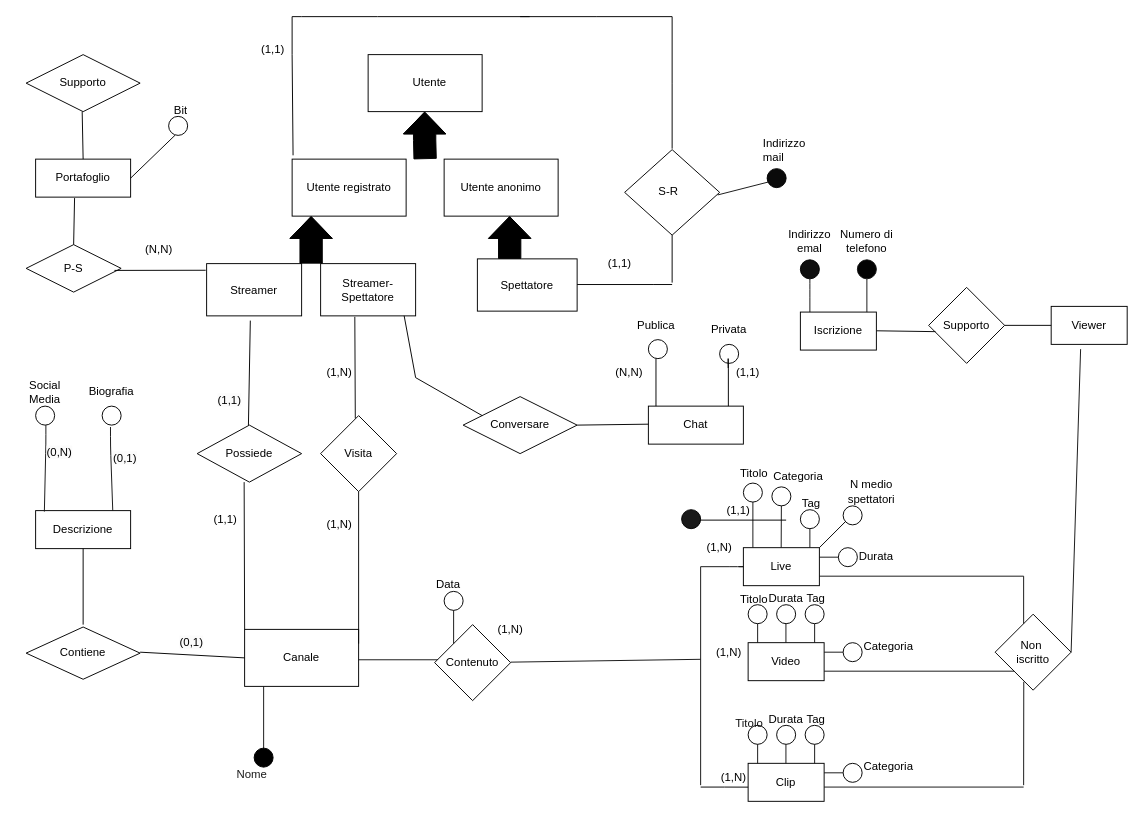
Earlier version of the draw.io diagram e-r_revised_hypothesis.drawio (Popper002/Streaming-Service-Db-project-unito). Source tidied: cells renumbered, new cells numbered last; positions are measured from the earlier drawing's top-left corner, leaving out a move shared by most shapes. Both pictures are drawn from the tidied source at 95%, with x=0, y=0 at pixel (16, 16).
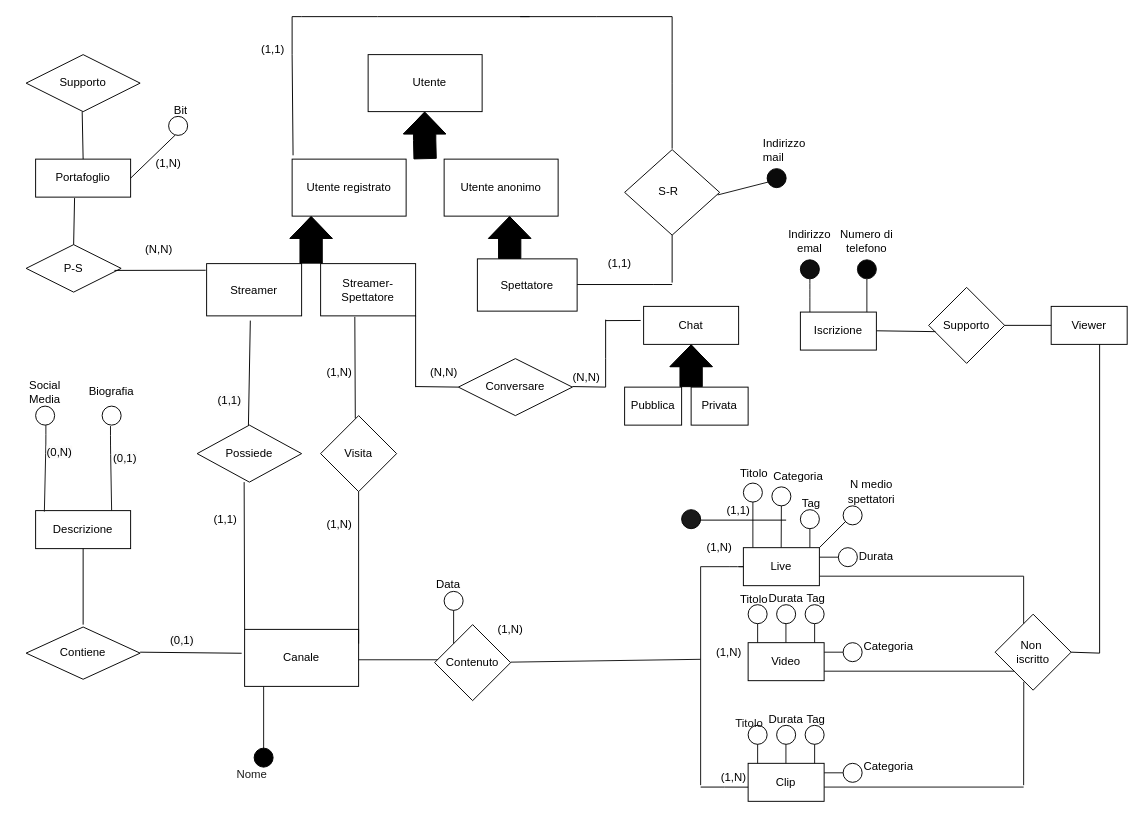
The same page after the edit.

The change refers to these unchanged cells:
```xml
<mxCell id="6" value="Streamer-Spettatore" style="rounded=0;whiteSpace=wrap;html=1;" parent="1" vertex="1">
  <mxGeometry x="320" y="260" width="100" height="55" as="geometry" />
</mxCell>
<mxCell id="8" value="Canale&lt;br&gt;" style="rounded=0;whiteSpace=wrap;html=1;" parent="1" vertex="1">
  <mxGeometry x="240" y="645" width="120" height="60" as="geometry" />
</mxCell>
<mxCell id="64" style="rhombus;whiteSpace=wrap;html=1;" parent="1" vertex="1">
  <mxGeometry x="1030" y="629" width="80" height="80" as="geometry" />
</mxCell>
```

Diff of the diagram source:
```diff
@@
-    <mxCell id="71" style="endArrow=none;html=1;fontColor=default;labelBackgroundColor=default;strokeColor=#121212;strokeWidth=1;entryX=1;entryY=0.5;entryDx=0;entryDy=0;" parent="1" edge="1" target="64">
-      <mxGeometry relative="1" as="geometry">
-        <mxPoint x="1120" y="350" as="sourcePoint" />
-      </mxGeometry>
-    </mxCell>
@@
-    <mxCell id="113" style="endArrow=none;html=1;rounded=0;entryX=0;entryY=0.5;entryDx=0;entryDy=0;" parent="1" edge="1" target="8">
+    <mxCell id="113" style="endArrow=none;html=1;rounded=0;entryX=-0.026;entryY=0.419;entryDx=0;entryDy=0;entryPerimeter=0;" parent="1" edge="1" target="8">
       <mxGeometry relative="1" as="geometry">
         <mxPoint x="130" y="669" as="sourcePoint" />
       </mxGeometry>
     </mxCell>
@@
-    <mxCell id="117" style="endArrow=none;html=1;fontColor=default;labelBackgroundColor=default;strokeColor=#121212;strokeWidth=1;exitX=0.82;exitY=-0.05;exitDx=0;exitDy=0;exitPerimeter=0;" parent="1" edge="1">
+    <mxCell id="117" style="endArrow=none;html=1;fontColor=default;labelBackgroundColor=default;strokeColor=#121212;strokeWidth=1;" parent="1" edge="1">
       <mxGeometry relative="1" as="geometry">
-        <mxPoint x="101.2" y="520" as="sourcePoint" />
-        <mxPoint x="98.8" y="432" as="targetPoint" />
+        <mxPoint x="100" y="520" as="sourcePoint" />
+        <mxPoint x="98.8" y="431" as="targetPoint" />
         <Array as="points">
-          <mxPoint x="98.8" y="452" />
+          <mxPoint x="98.8" y="451" />
         </Array>
       </mxGeometry>
     </mxCell>
@@
     <mxCell id="129" value="Conversare" style="shape=rhombus;perimeter=rhombusPerimeter;whiteSpace=wrap;html=1;align=center;" parent="1" vertex="1">
-      <mxGeometry x="470" y="400" width="120" height="60" as="geometry" />
+      <mxGeometry x="465" y="360" width="120" height="60" as="geometry" />
     </mxCell>
     <mxCell id="130" value="Chat" style="whiteSpace=wrap;html=1;align=center;" parent="1" vertex="1">
-      <mxGeometry x="665" y="410" width="100" height="40" as="geometry" />
+      <mxGeometry x="660" y="305" width="100" height="40" as="geometry" />
     </mxCell>
     <mxCell id="131" style="endArrow=none;html=1;rounded=0;" parent="1" edge="1">
       <mxGeometry relative="1" as="geometry">
-        <mxPoint x="590" y="430" as="sourcePoint" />
-        <mxPoint x="665" y="429" as="targetPoint" />
+        <mxPoint x="585" y="389.4" as="sourcePoint" />
+        <mxPoint x="620" y="390" as="targetPoint" />
       </mxGeometry>
     </mxCell>
-    <mxCell id="132" style="endArrow=none;html=1;rounded=0;entryX=0.167;entryY=0.333;entryDx=0;entryDy=0;entryPerimeter=0;exitX=0.879;exitY=0.997;exitDx=0;exitDy=0;exitPerimeter=0;" parent="1" edge="1" source="6" target="129">
-      <mxGeometry relative="1" as="geometry">
-        <Array as="points">
-          <mxPoint x="420" y="380" />
-        </Array>
-      </mxGeometry>
-    </mxCell>
@@
     <mxCell id="139" value="&lt;span style=&quot;caret-color: rgb(0, 0, 0); color: rgb(0, 0, 0); font-family: Helvetica; font-size: 12.000000953674316px; font-style: normal; font-variant-caps: normal; font-weight: 400; letter-spacing: normal; text-align: center; text-indent: 0px; text-transform: none; word-spacing: 0px; -webkit-text-stroke-width: 0px; background-color: rgb(251, 251, 251); text-decoration: none; float: none; display: inline !important;&quot;&gt;(0,1)&lt;/span&gt;" style="text;whiteSpace=wrap;html=1;" parent="1" vertex="1">
-      <mxGeometry x="170" y="645" width="60" height="40" as="geometry" />
+      <mxGeometry x="160" y="642.5" width="60" height="40" as="geometry" />
     </mxCell>
@@
-    <mxCell id="142" style="endArrow=none;html=1;rounded=0;" parent="1" edge="1">
-      <mxGeometry relative="1" as="geometry">
-        <mxPoint x="673" y="410" as="sourcePoint" />
-        <mxPoint x="673" y="360" as="targetPoint" />
-      </mxGeometry>
-    </mxCell>
-    <mxCell id="143" style="endArrow=none;html=1;rounded=0;" parent="1" edge="1">
-      <mxGeometry relative="1" as="geometry">
-        <mxPoint x="749.2" y="410" as="sourcePoint" />
-        <mxPoint x="749" y="370" as="targetPoint" />
-        <Array as="points">
-          <mxPoint x="749.2" y="370" />
-          <mxPoint x="749" y="360" />
-        </Array>
-      </mxGeometry>
-    </mxCell>
-    <mxCell id="144" style="ellipse;whiteSpace=wrap;html=1;fillColor=none;strokeColor=#000000;" parent="1" vertex="1">
-      <mxGeometry x="665" y="340" width="20" height="20" as="geometry" />
-    </mxCell>
-    <mxCell id="145" style="ellipse;whiteSpace=wrap;html=1;fillColor=none;strokeColor=#000000;" parent="1" vertex="1">
-      <mxGeometry x="740" y="345" width="20" height="20" as="geometry" />
-    </mxCell>
-    <mxCell id="146" value="Publica&amp;nbsp;" style="text;html=1;strokeColor=none;fillColor=none;align=center;verticalAlign=middle;whiteSpace=wrap;rounded=0;" parent="1" vertex="1">
-      <mxGeometry x="645" y="310" width="60" height="30" as="geometry" />
-    </mxCell>
-    <mxCell id="147" value="Privata" style="text;html=1;strokeColor=none;fillColor=none;align=center;verticalAlign=middle;whiteSpace=wrap;rounded=0;" parent="1" vertex="1">
-      <mxGeometry x="720" y="315" width="60" height="30" as="geometry" />
-    </mxCell>
-    <mxCell id="148" value="(N,N)" style="text;html=1;strokeColor=none;fillColor=none;align=center;verticalAlign=middle;whiteSpace=wrap;rounded=0;" parent="1" vertex="1">
-      <mxGeometry x="615" y="360" width="60" height="30" as="geometry" />
-    </mxCell>
-    <mxCell id="149" value="(1,1)" style="text;html=1;strokeColor=none;fillColor=none;align=center;verticalAlign=middle;whiteSpace=wrap;rounded=0;" parent="1" vertex="1">
-      <mxGeometry x="740" y="360" width="60" height="30" as="geometry" />
-    </mxCell>
@@
+    <mxCell id="156" style="endArrow=none;html=1;rounded=0;" parent="1" edge="1">
+      <mxGeometry relative="1" as="geometry">
+        <mxPoint x="620" y="390" as="sourcePoint" />
+        <mxPoint x="620" y="360" as="targetPoint" />
+      </mxGeometry>
+    </mxCell>
+    <mxCell id="157" style="endArrow=none;html=1;rounded=0;" parent="1" edge="1">
+      <mxGeometry relative="1" as="geometry">
+        <mxPoint x="620" y="360" as="sourcePoint" />
+        <mxPoint x="620" y="319" as="targetPoint" />
+      </mxGeometry>
+    </mxCell>
+    <mxCell id="158" style="shape=flexArrow;endArrow=classic;html=1;width=23.529411764705884;endSize=7.317647058823529;fillColor=#000000;strokeColor=#000000;" parent="1" edge="1">
+      <mxGeometry relative="1" as="geometry">
+        <mxPoint x="710" y="390" as="sourcePoint" />
+        <mxPoint x="710" y="345" as="targetPoint" />
+        <Array as="points">
+          <mxPoint x="710" y="360" />
+        </Array>
+      </mxGeometry>
+    </mxCell>
+    <mxCell id="159" style="endArrow=none;html=1;rounded=0;entryX=-0.031;entryY=0.371;entryDx=0;entryDy=0;entryPerimeter=0;" parent="1" edge="1" target="130">
+      <mxGeometry relative="1" as="geometry">
+        <mxPoint x="620" y="320" as="sourcePoint" />
+      </mxGeometry>
+    </mxCell>
+    <mxCell id="160" value="Pubblica" style="whiteSpace=wrap;html=1;align=center;" parent="1" vertex="1">
+      <mxGeometry x="640" y="390" width="60" height="40" as="geometry" />
+    </mxCell>
+    <mxCell id="147" value="Privata" style="whiteSpace=wrap;html=1;align=center;" parent="1" vertex="1">
+      <mxGeometry x="710" y="390" width="60" height="40" as="geometry" />
+    </mxCell>
+    <mxCell id="161" style="endArrow=none;html=1;rounded=0;" parent="1" edge="1">
+      <mxGeometry relative="1" as="geometry">
+        <mxPoint x="420" y="315" as="sourcePoint" />
+        <mxPoint x="420" y="390" as="targetPoint" />
+      </mxGeometry>
+    </mxCell>
+    <mxCell id="162" style="endArrow=none;html=1;rounded=0;entryX=0;entryY=0.5;entryDx=0;entryDy=0;" parent="1" edge="1" target="129">
+      <mxGeometry relative="1" as="geometry">
+        <mxPoint x="420" y="389.4" as="sourcePoint" />
+      </mxGeometry>
+    </mxCell>
+    <mxCell id="163" style="endArrow=none;html=1;rounded=0;" parent="1" edge="1">
+      <mxGeometry relative="1" as="geometry">
+        <mxPoint x="1140" y="670" as="sourcePoint" />
+        <mxPoint x="1140" y="345" as="targetPoint" />
+      </mxGeometry>
+    </mxCell>
+    <mxCell id="164" style="endArrow=none;html=1;rounded=0;exitX=1;exitY=0.5;exitDx=0;exitDy=0;" parent="1" edge="1" source="64">
+      <mxGeometry relative="1" as="geometry">
+        <mxPoint x="1140" y="670" as="targetPoint" />
+      </mxGeometry>
+    </mxCell>
+    <mxCell id="165" value="(1,N)" style="text;html=1;strokeColor=none;fillColor=none;align=center;verticalAlign=middle;whiteSpace=wrap;rounded=0;" parent="1" vertex="1">
+      <mxGeometry x="130" y="140" width="60" height="30" as="geometry" />
+    </mxCell>
+    <mxCell id="166" value="(N,N)" style="text;html=1;strokeColor=none;fillColor=none;align=center;verticalAlign=middle;whiteSpace=wrap;rounded=0;" parent="1" vertex="1">
+      <mxGeometry x="420" y="360" width="60" height="30" as="geometry" />
+    </mxCell>
+    <mxCell id="167" value="(N,N)" style="text;html=1;strokeColor=none;fillColor=none;align=center;verticalAlign=middle;whiteSpace=wrap;rounded=0;" parent="1" vertex="1">
+      <mxGeometry x="570" y="365" width="60" height="30" as="geometry" />
+    </mxCell>
```
